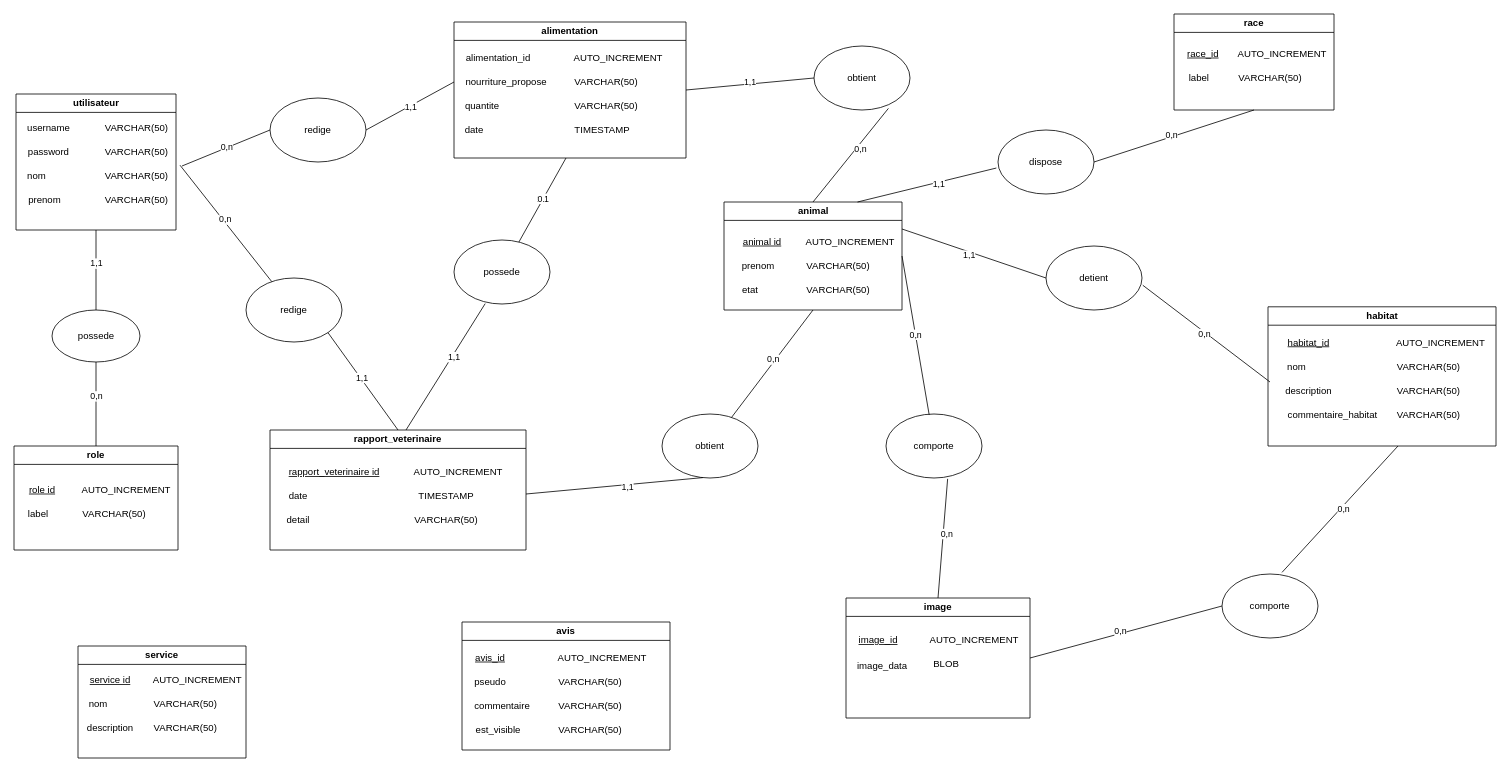
Earlier version of the draw.io diagram Diagramme sans nom.drawio (Zazaa24/ECF). Source tidied: cells renumbered, new cells numbered last; positions are measured from the earlier drawing's top-left corner, leaving out a move shared by most shapes. Both pictures are drawn from the tidied source at 80%, with x=0, y=0 at pixel (14, 14).
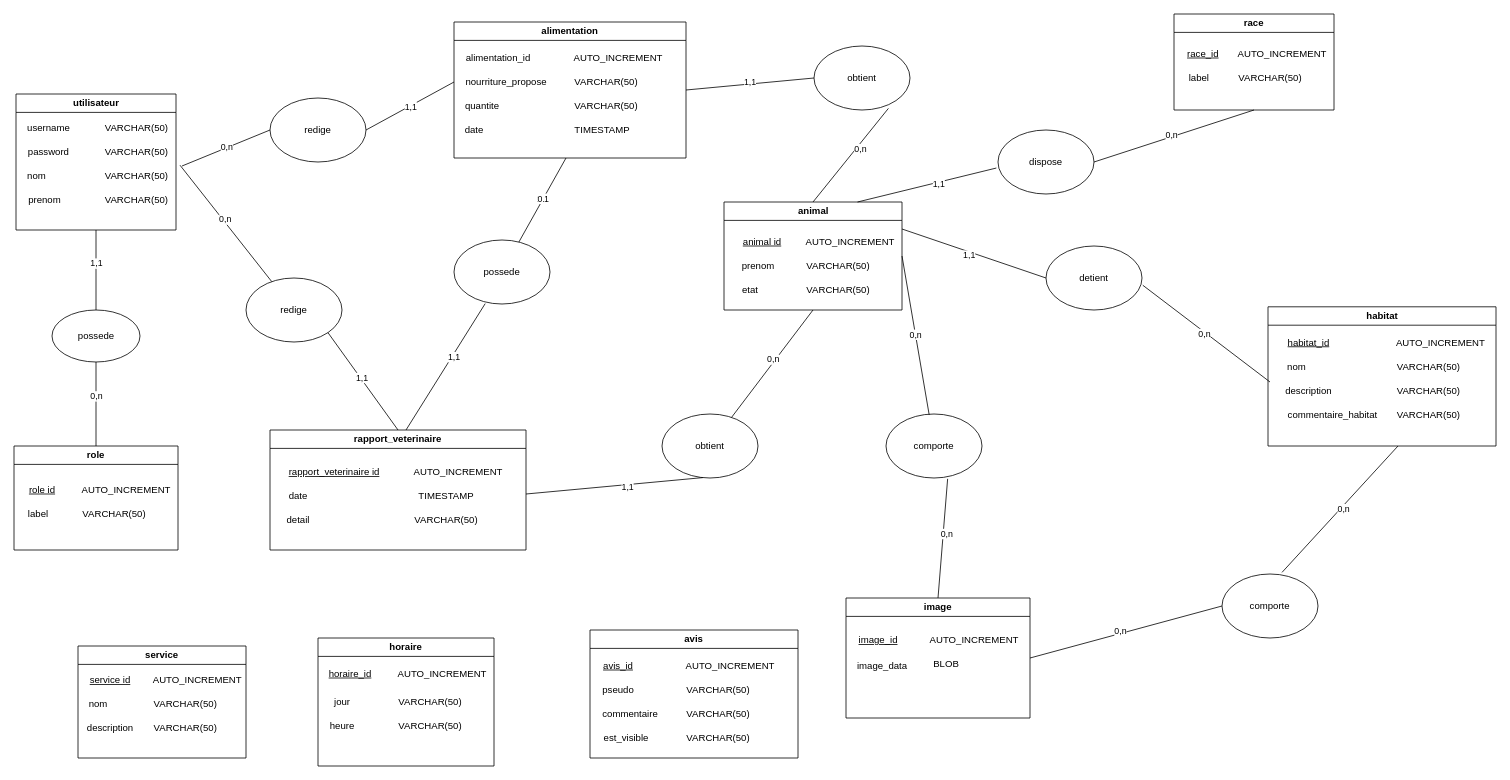
Above is the later version.

Commit message:
Mettre à jour Diagramme sans nom.drawio

The edit, as a diff of the source:
```diff
@@
     <mxCell id="56" value="avis" style="swimlane;whiteSpace=wrap;html=1;" parent="1" vertex="1">
-      <mxGeometry x="560" y="760" width="260" height="160" as="geometry" />
+      <mxGeometry x="720" y="770" width="260" height="160" as="geometry" />
     </mxCell>
@@
+    <mxCell id="125" value="horaire" style="swimlane;whiteSpace=wrap;html=1;" parent="1" vertex="1">
+      <mxGeometry x="380" y="780" width="220" height="160" as="geometry" />
+    </mxCell>
+    <mxCell id="126" value="&lt;u&gt;horaire_id&lt;/u&gt;" style="text;html=1;align=center;verticalAlign=middle;strokeColor=none;fillColor=none;" parent="125" vertex="1">
+      <mxGeometry y="30" width="80" height="30" as="geometry" />
+    </mxCell>
+    <mxCell id="127" value="AUTO_INCREMENT" style="text;html=1;align=center;verticalAlign=middle;strokeColor=none;fillColor=none;" parent="125" vertex="1">
+      <mxGeometry x="90" y="30" width="130" height="30" as="geometry" />
+    </mxCell>
+    <mxCell id="128" value="jour" style="text;html=1;align=center;verticalAlign=middle;strokeColor=none;fillColor=none;" parent="125" vertex="1">
+      <mxGeometry x="10" y="65" width="40" height="30" as="geometry" />
+    </mxCell>
+    <mxCell id="129" value="heure" style="text;html=1;align=center;verticalAlign=middle;strokeColor=none;fillColor=none;" parent="125" vertex="1">
+      <mxGeometry y="95" width="60" height="30" as="geometry" />
+    </mxCell>
+    <mxCell id="130" value="VARCHAR(50)" style="text;html=1;align=center;verticalAlign=middle;strokeColor=none;fillColor=none;" parent="125" vertex="1">
+      <mxGeometry x="90" y="65" width="100" height="30" as="geometry" />
+    </mxCell>
+    <mxCell id="131" value="VARCHAR(50)" style="text;html=1;align=center;verticalAlign=middle;strokeColor=none;fillColor=none;" parent="125" vertex="1">
+      <mxGeometry x="90" y="95" width="100" height="30" as="geometry" />
+    </mxCell>
```
